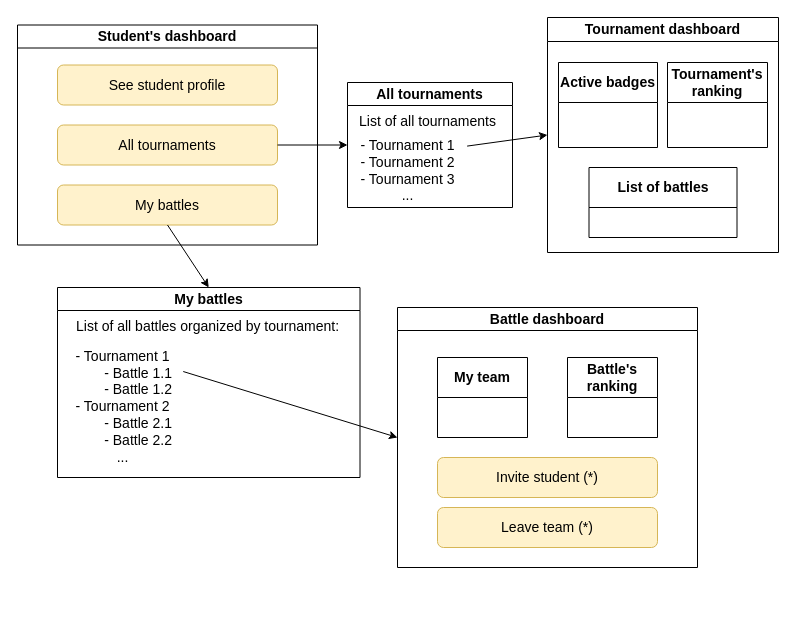
Above: page "Student dashboard" (1 of 3) of diagrams/interfaces/interfaces.drawio in mttcrn/software-engineering-II-project (draw.io), before the change. Source tidied: cells renumbered, new cells numbered last; positions are measured from the earlier drawing's top-left corner, leaving out a move shared by most shapes. Both pictures are drawn from the tidied source at 100%, with x=0, y=0 at pixel (17, 17).
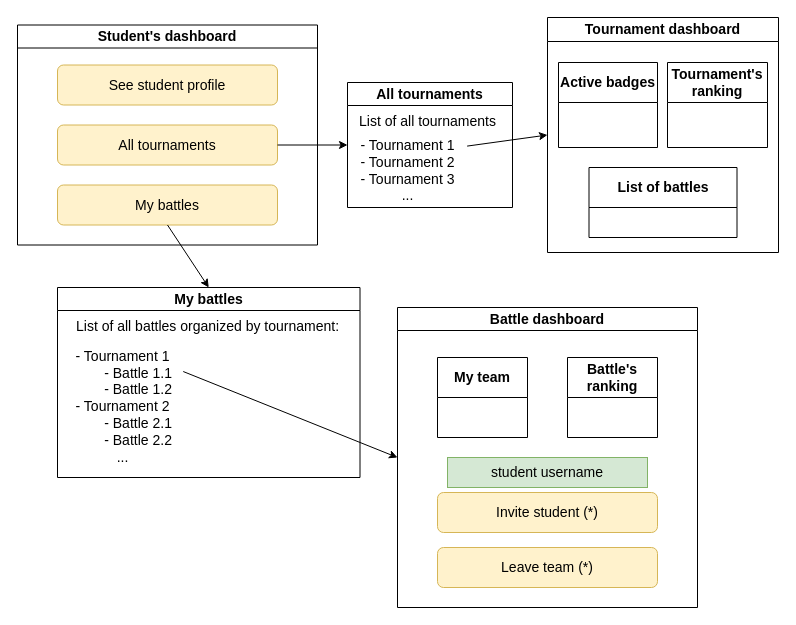
Above is the later version.

The edit, as a diff of the source:
```diff
@@
     <mxCell id="16" value="Battle dashboard" style="swimlane;whiteSpace=wrap;html=1;fontSize=14;" parent="1" vertex="1">
-      <mxGeometry x="380" y="290" width="300" height="260" as="geometry" />
+      <mxGeometry x="380" y="290" width="300" height="300" as="geometry" />
     </mxCell>
@@
     <mxCell id="18" value="Invite student (*)" style="rounded=1;whiteSpace=wrap;html=1;fontSize=14;labelBackgroundColor=none;fillColor=#fff2cc;strokeColor=#d6b656;" parent="16" vertex="1">
-      <mxGeometry x="40" y="150" width="220" height="40" as="geometry" />
+      <mxGeometry x="40" y="185" width="220" height="40" as="geometry" />
     </mxCell>
@@
     <mxCell id="20" value="Leave team (*)" style="rounded=1;whiteSpace=wrap;html=1;fontSize=14;labelBackgroundColor=none;fillColor=#fff2cc;strokeColor=#d6b656;" parent="16" vertex="1">
-      <mxGeometry x="40" y="200" width="220" height="40" as="geometry" />
+      <mxGeometry x="40" y="240" width="220" height="40" as="geometry" />
     </mxCell>
+    <mxCell id="25" value="student username" style="rounded=0;whiteSpace=wrap;html=1;fillColor=#d5e8d4;strokeColor=#82b366;fontSize=14;" parent="16" vertex="1">
+      <mxGeometry x="50" y="150" width="200" height="30" as="geometry" />
+    </mxCell>
```
